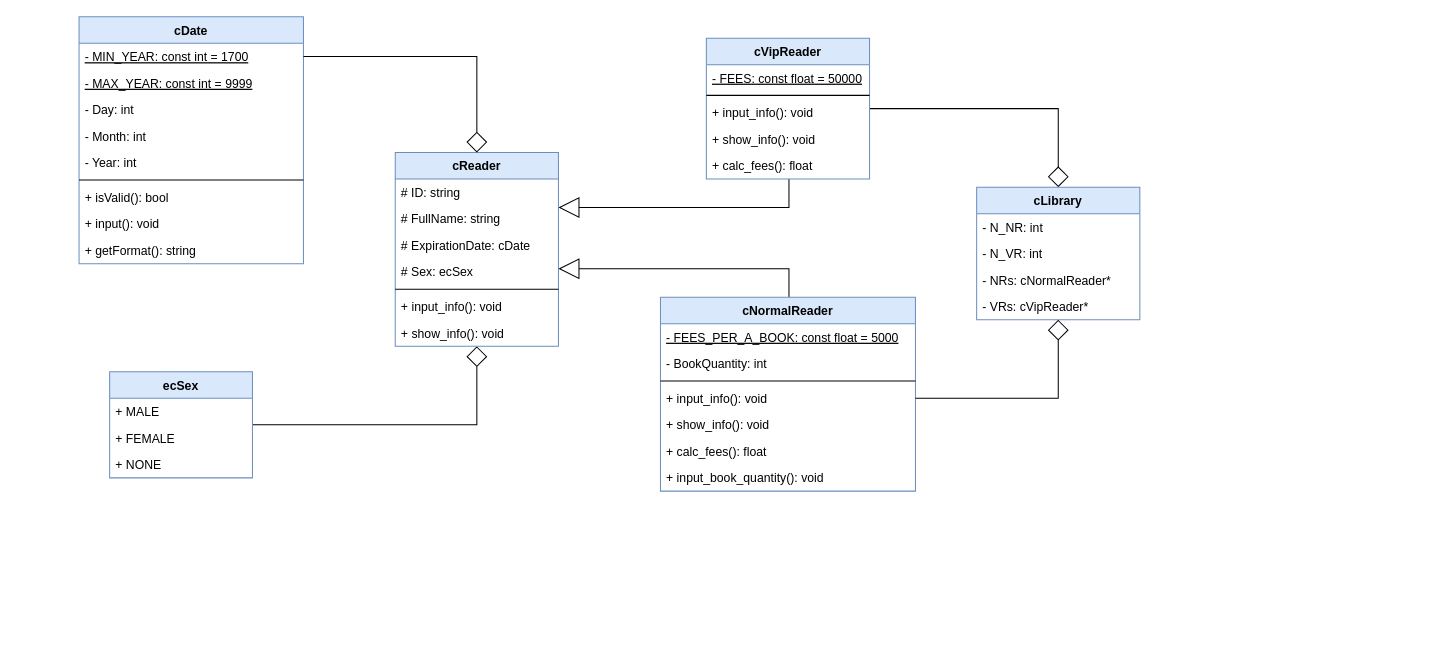
Earlier version of the draw.io diagram 18127259_w06/18127259_Week06_03/18127259_Ex03/18127259_Ex03_ClassDiagram.drawio (kieuconghau/oop-lab). Source tidied: cells renumbered, new cells numbered last; positions are measured from the earlier drawing's top-left corner, leaving out a move shared by most shapes. Both pictures are drawn from the tidied source at 102%, with x=0, y=0 at pixel (79, 16).
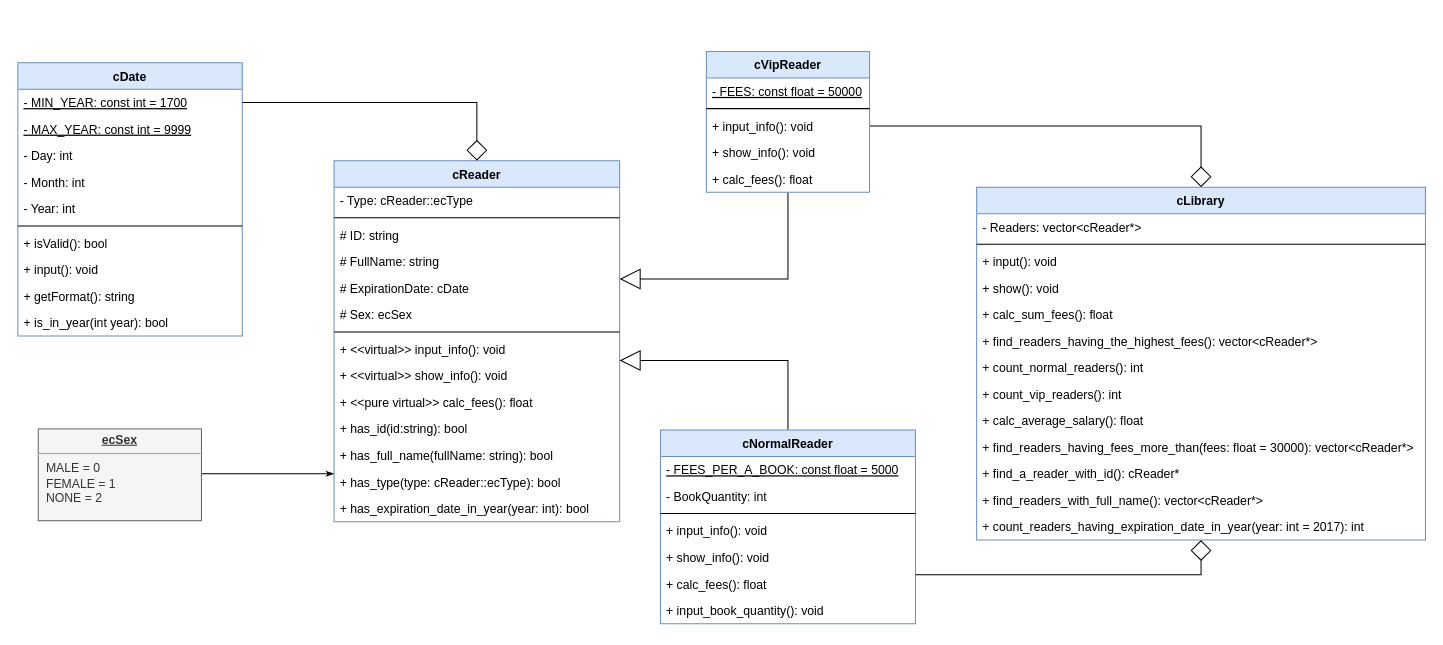
Above is the later version.

Commit message (it also covers changes not shown here):
Class Diagram

Unchanged cells that the change refers to:
```xml
<mxCell id="38" value="+ input_info(): void" style="text;strokeColor=none;fillColor=none;align=left;verticalAlign=top;spacingLeft=4;spacingRight=4;overflow=hidden;points=[[0,0.5],[1,0.5]];portConstraint=eastwest;" parent="34" vertex="1">
  <mxGeometry y="86" width="250" height="26" as="geometry" />
</mxCell>
```

What changed in the source:
```diff
@@
     <mxCell id="2" value="cDate" style="swimlane;fontStyle=1;align=center;verticalAlign=top;horizontal=1;startSize=26;fillColor=#dae8fc;strokeColor=#6c8ebf;" parent="1" vertex="1">
-      <mxGeometry width="220" height="242" as="geometry" />
+      <mxGeometry x="-60" y="45" width="220" height="268" as="geometry" />
     </mxCell>
@@
-    <mxCell id="12" style="edgeStyle=orthogonalEdgeStyle;rounded=0;jettySize=auto;html=1;endArrow=diamond;endFill=0;endSize=18;startSize=18;" parent="1" edge="1" source="13" target="17">
-      <mxGeometry relative="1" as="geometry" />
-    </mxCell>
-    <mxCell id="13" value="ecSex" style="swimlane;fontStyle=1;horizontal=1;startSize=26;fillColor=#dae8fc;strokeColor=#6c8ebf;" parent="1" vertex="1">
-      <mxGeometry x="30" y="348" width="140" height="104" as="geometry" />
-    </mxCell>
-    <mxCell id="14" value="+ MALE" style="text;strokeColor=none;fillColor=none;align=left;verticalAlign=top;spacingLeft=4;spacingRight=4;overflow=hidden;" parent="13" vertex="1">
-      <mxGeometry y="26" width="140" height="26" as="geometry" />
-    </mxCell>
-    <mxCell id="15" value="+ FEMALE" style="text;strokeColor=none;fillColor=none;align=left;verticalAlign=top;spacingLeft=4;spacingRight=4;overflow=hidden;" parent="13" vertex="1">
-      <mxGeometry y="52" width="140" height="26" as="geometry" />
-    </mxCell>
-    <mxCell id="16" value="+ NONE" style="text;strokeColor=none;fillColor=none;align=left;verticalAlign=top;spacingLeft=4;spacingRight=4;overflow=hidden;" parent="13" vertex="1">
-      <mxGeometry y="78" width="140" height="26" as="geometry" />
-    </mxCell>
+    <mxCell id="49" value="+ is_in_year(int year): bool" style="text;strokeColor=none;fillColor=none;align=left;verticalAlign=top;spacingLeft=4;spacingRight=4;overflow=hidden;" parent="2" vertex="1">
+      <mxGeometry y="242" width="220" height="26" as="geometry" />
+    </mxCell>
     <mxCell id="17" value="cReader" style="swimlane;fontStyle=1;align=center;verticalAlign=top;horizontal=1;startSize=26;fillColor=#dae8fc;strokeColor=#6c8ebf;" parent="1" vertex="1">
-      <mxGeometry x="310" y="133" width="160" height="190" as="geometry" />
+      <mxGeometry x="250" y="141" width="280" height="354" as="geometry" />
     </mxCell>
-    <mxCell id="18" value="# ID: string" style="text;strokeColor=none;fillColor=none;align=left;verticalAlign=top;spacingLeft=4;spacingRight=4;overflow=hidden;" parent="17" vertex="1">
-      <mxGeometry y="26" width="160" height="26" as="geometry" />
+    <mxCell id="18" value="- Type: cReader::ecType" style="text;strokeColor=none;fillColor=none;align=left;verticalAlign=top;spacingLeft=4;spacingRight=4;overflow=hidden;" parent="17" vertex="1">
+      <mxGeometry y="26" width="280" height="26" as="geometry" />
     </mxCell>
+    <mxCell id="50" style="line;strokeWidth=1;fillColor=none;align=left;verticalAlign=middle;spacingTop=-1;spacingLeft=3;spacingRight=3;labelPosition=right;" parent="17" vertex="1">
+      <mxGeometry y="52" width="280" height="8" as="geometry" />
+    </mxCell>
+    <mxCell id="51" value="# ID: string" style="text;strokeColor=none;fillColor=none;align=left;verticalAlign=top;spacingLeft=4;spacingRight=4;overflow=hidden;" parent="17" vertex="1">
+      <mxGeometry y="60" width="280" height="26" as="geometry" />
+    </mxCell>
     <mxCell id="19" value="# FullName: string" style="text;strokeColor=none;fillColor=none;align=left;verticalAlign=top;spacingLeft=4;spacingRight=4;overflow=hidden;" parent="17" vertex="1">
-      <mxGeometry y="52" width="160" height="26" as="geometry" />
+      <mxGeometry y="86" width="280" height="26" as="geometry" />
     </mxCell>
     <mxCell id="20" value="# ExpirationDate: cDate" style="text;strokeColor=none;fillColor=none;align=left;verticalAlign=top;spacingLeft=4;spacingRight=4;overflow=hidden;" parent="17" vertex="1">
-      <mxGeometry y="78" width="160" height="26" as="geometry" />
+      <mxGeometry y="112" width="280" height="26" as="geometry" />
     </mxCell>
     <mxCell id="21" value="# Sex: ecSex" style="text;strokeColor=none;fillColor=none;align=left;verticalAlign=top;spacingLeft=4;spacingRight=4;overflow=hidden;" parent="17" vertex="1">
-      <mxGeometry y="104" width="160" height="26" as="geometry" />
+      <mxGeometry y="138" width="280" height="26" as="geometry" />
     </mxCell>
     <mxCell id="22" style="line;strokeWidth=1;fillColor=none;align=left;verticalAlign=middle;spacingTop=-1;spacingLeft=3;spacingRight=3;labelPosition=right;" parent="17" vertex="1">
-      <mxGeometry y="130" width="160" height="8" as="geometry" />
+      <mxGeometry y="164" width="280" height="8" as="geometry" />
     </mxCell>
-    <mxCell id="23" value="+ input_info(): void" style="text;strokeColor=none;fillColor=none;align=left;verticalAlign=top;spacingLeft=4;spacingRight=4;overflow=hidden;" parent="17" vertex="1">
-      <mxGeometry y="138" width="160" height="26" as="geometry" />
+    <mxCell id="23" value="+ &lt;&lt;virtual&gt;&gt; input_info(): void" style="text;strokeColor=none;fillColor=none;align=left;verticalAlign=top;spacingLeft=4;spacingRight=4;overflow=hidden;" parent="17" vertex="1">
+      <mxGeometry y="172" width="280" height="26" as="geometry" />
     </mxCell>
-    <mxCell id="24" value="+ show_info(): void" style="text;strokeColor=none;fillColor=none;align=left;verticalAlign=top;spacingLeft=4;spacingRight=4;overflow=hidden;" parent="17" vertex="1">
-      <mxGeometry y="164" width="160" height="26" as="geometry" />
+    <mxCell id="24" value="+ &lt;&lt;virtual&gt;&gt; show_info(): void" style="text;strokeColor=none;fillColor=none;align=left;verticalAlign=top;spacingLeft=4;spacingRight=4;overflow=hidden;" parent="17" vertex="1">
+      <mxGeometry y="198" width="280" height="26" as="geometry" />
     </mxCell>
+    <mxCell id="52" value="+ &lt;&lt;pure virtual&gt;&gt; calc_fees(): float" style="text;strokeColor=none;fillColor=none;align=left;verticalAlign=top;spacingLeft=4;spacingRight=4;overflow=hidden;" parent="17" vertex="1">
+      <mxGeometry y="224" width="280" height="26" as="geometry" />
+    </mxCell>
+    <mxCell id="53" value="+ has_id(id:string): bool" style="text;strokeColor=none;fillColor=none;align=left;verticalAlign=top;spacingLeft=4;spacingRight=4;overflow=hidden;" parent="17" vertex="1">
+      <mxGeometry y="250" width="280" height="26" as="geometry" />
+    </mxCell>
+    <mxCell id="54" value="+ has_full_name(fullName: string): bool" style="text;strokeColor=none;fillColor=none;align=left;verticalAlign=top;spacingLeft=4;spacingRight=4;overflow=hidden;" parent="17" vertex="1">
+      <mxGeometry y="276" width="280" height="26" as="geometry" />
+    </mxCell>
+    <mxCell id="55" value="+ has_type(type: cReader::ecType): bool" style="text;strokeColor=none;fillColor=none;align=left;verticalAlign=top;spacingLeft=4;spacingRight=4;overflow=hidden;" parent="17" vertex="1">
+      <mxGeometry y="302" width="280" height="26" as="geometry" />
+    </mxCell>
+    <mxCell id="56" value="+ has_expiration_date_in_year(year: int): bool" style="text;strokeColor=none;fillColor=none;align=left;verticalAlign=top;spacingLeft=4;spacingRight=4;overflow=hidden;" parent="17" vertex="1">
+      <mxGeometry y="328" width="280" height="26" as="geometry" />
+    </mxCell>
     <mxCell id="25" style="edgeStyle=orthogonalEdgeStyle;rounded=0;jettySize=auto;html=1;endArrow=block;endFill=0;endSize=18;startSize=18;" parent="1" edge="1" source="27" target="17">
       <mxGeometry relative="1" as="geometry">
         <Array as="points">
-          <mxPoint x="696" y="187" />
+          <mxPoint x="695" y="257" />
         </Array>
       </mxGeometry>
     </mxCell>
     <mxCell id="26" style="edgeStyle=orthogonalEdgeStyle;rounded=0;jettySize=auto;html=1;endArrow=diamond;endFill=0;endSize=18;startSize=18;" parent="1" edge="1" source="27" target="42">
-      <mxGeometry relative="1" as="geometry" />
+      <mxGeometry relative="1" as="geometry">
+        <Array as="points">
+          <mxPoint x="1100" y="107" />
+        </Array>
+      </mxGeometry>
     </mxCell>
     <mxCell id="27" value="cVipReader" style="swimlane;fontStyle=1;align=center;verticalAlign=top;horizontal=1;startSize=26;fillColor=#dae8fc;strokeColor=#6c8ebf;" parent="1" vertex="1">
-      <mxGeometry x="615" y="21" width="160" height="138" as="geometry" />
+      <mxGeometry x="615" y="34" width="160" height="138" as="geometry" />
     </mxCell>
@@
     <mxCell id="33" style="edgeStyle=orthogonalEdgeStyle;rounded=0;jettySize=auto;html=1;endSize=18;startSize=18;endArrow=block;endFill=0;" parent="1" edge="1" source="34" target="17">
       <mxGeometry relative="1" as="geometry">
         <Array as="points">
-          <mxPoint x="696" y="247" />
+          <mxPoint x="695" y="337" />
         </Array>
       </mxGeometry>
     </mxCell>
     <mxCell id="34" value="cNormalReader" style="swimlane;fontStyle=1;align=center;verticalAlign=top;horizontal=1;startSize=26;fillColor=#dae8fc;strokeColor=#6c8ebf;" parent="1" vertex="1">
-      <mxGeometry x="570" y="275" width="250" height="190" as="geometry" />
+      <mxGeometry x="570" y="405" width="250" height="190" as="geometry" />
     </mxCell>
@@
     <mxCell id="42" value="cLibrary" style="swimlane;fontStyle=1;align=center;verticalAlign=top;horizontal=1;startSize=26;fillColor=#dae8fc;strokeColor=#6c8ebf;" parent="1" vertex="1">
-      <mxGeometry x="880" y="167" width="160" height="130" as="geometry" />
+      <mxGeometry x="880" y="167" width="440" height="346" as="geometry" />
     </mxCell>
-    <mxCell id="43" value="- N_NR: int" style="text;strokeColor=none;fillColor=none;align=left;verticalAlign=top;spacingLeft=4;spacingRight=4;overflow=hidden;" parent="42" vertex="1">
-      <mxGeometry y="26" width="160" height="26" as="geometry" />
+    <mxCell id="43" value="- Readers: vector&lt;cReader*&gt;" style="text;strokeColor=none;fillColor=none;align=left;verticalAlign=top;spacingLeft=4;spacingRight=4;overflow=hidden;" parent="42" vertex="1">
+      <mxGeometry y="26" width="440" height="26" as="geometry" />
     </mxCell>
+    <mxCell id="57" style="line;strokeWidth=1;fillColor=none;align=left;verticalAlign=middle;spacingTop=-1;spacingLeft=3;spacingRight=3;labelPosition=right;" parent="42" vertex="1">
+      <mxGeometry y="52" width="440" height="8" as="geometry" />
+    </mxCell>
-    <mxCell id="44" value="- N_VR: int" style="text;strokeColor=none;fillColor=none;align=left;verticalAlign=top;spacingLeft=4;spacingRight=4;overflow=hidden;" parent="42" vertex="1">
-      <mxGeometry y="52" width="160" height="26" as="geometry" />
+    <mxCell id="44" value="+ input(): void" style="text;strokeColor=none;fillColor=none;align=left;verticalAlign=top;spacingLeft=4;spacingRight=4;overflow=hidden;" parent="42" vertex="1">
+      <mxGeometry y="60" width="440" height="26" as="geometry" />
     </mxCell>
-    <mxCell id="45" value="- NRs: cNormalReader*" style="text;strokeColor=none;fillColor=none;align=left;verticalAlign=top;spacingLeft=4;spacingRight=4;overflow=hidden;" parent="42" vertex="1">
-      <mxGeometry y="78" width="160" height="26" as="geometry" />
+    <mxCell id="45" value="+ show(): void" style="text;strokeColor=none;fillColor=none;align=left;verticalAlign=top;spacingLeft=4;spacingRight=4;overflow=hidden;" parent="42" vertex="1">
+      <mxGeometry y="86" width="440" height="26" as="geometry" />
     </mxCell>
-    <mxCell id="46" value="- VRs: cVipReader*" style="text;strokeColor=none;fillColor=none;align=left;verticalAlign=top;spacingLeft=4;spacingRight=4;overflow=hidden;" parent="42" vertex="1">
-      <mxGeometry y="104" width="160" height="26" as="geometry" />
+    <mxCell id="46" value="+ calc_sum_fees(): float" style="text;strokeColor=none;fillColor=none;align=left;verticalAlign=top;spacingLeft=4;spacingRight=4;overflow=hidden;" parent="42" vertex="1">
+      <mxGeometry y="112" width="440" height="26" as="geometry" />
     </mxCell>
+    <mxCell id="58" value="+ find_readers_having_the_highest_fees(): vector&lt;cReader*&gt;" style="text;strokeColor=none;fillColor=none;align=left;verticalAlign=top;spacingLeft=4;spacingRight=4;overflow=hidden;" parent="42" vertex="1">
+      <mxGeometry y="138" width="440" height="26" as="geometry" />
+    </mxCell>
+    <mxCell id="59" value="+ count_normal_readers(): int" style="text;strokeColor=none;fillColor=none;align=left;verticalAlign=top;spacingLeft=4;spacingRight=4;overflow=hidden;" parent="42" vertex="1">
+      <mxGeometry y="164" width="440" height="26" as="geometry" />
+    </mxCell>
+    <mxCell id="60" value="+ count_vip_readers(): int" style="text;strokeColor=none;fillColor=none;align=left;verticalAlign=top;spacingLeft=4;spacingRight=4;overflow=hidden;" parent="42" vertex="1">
+      <mxGeometry y="190" width="440" height="26" as="geometry" />
+    </mxCell>
+    <mxCell id="61" value="+ calc_average_salary(): float" style="text;strokeColor=none;fillColor=none;align=left;verticalAlign=top;spacingLeft=4;spacingRight=4;overflow=hidden;" parent="42" vertex="1">
+      <mxGeometry y="216" width="440" height="26" as="geometry" />
+    </mxCell>
+    <mxCell id="62" value="+ find_readers_having_fees_more_than(fees: float = 30000): vector&lt;cReader*&gt;" style="text;strokeColor=none;fillColor=none;align=left;verticalAlign=top;spacingLeft=4;spacingRight=4;overflow=hidden;" parent="42" vertex="1">
+      <mxGeometry y="242" width="440" height="26" as="geometry" />
+    </mxCell>
+    <mxCell id="63" value="+ find_a_reader_with_id(): cReader*" style="text;strokeColor=none;fillColor=none;align=left;verticalAlign=top;spacingLeft=4;spacingRight=4;overflow=hidden;" parent="42" vertex="1">
+      <mxGeometry y="268" width="440" height="26" as="geometry" />
+    </mxCell>
+    <mxCell id="64" value="+ find_readers_with_full_name(): vector&lt;cReader*&gt;" style="text;strokeColor=none;fillColor=none;align=left;verticalAlign=top;spacingLeft=4;spacingRight=4;overflow=hidden;" parent="42" vertex="1">
+      <mxGeometry y="294" width="440" height="26" as="geometry" />
+    </mxCell>
+    <mxCell id="65" value="+ count_readers_having_expiration_date_in_year(year: int = 2017): int" style="text;strokeColor=none;fillColor=none;align=left;verticalAlign=top;spacingLeft=4;spacingRight=4;overflow=hidden;" parent="42" vertex="1">
+      <mxGeometry y="320" width="440" height="26" as="geometry" />
+    </mxCell>
@@
-    <mxCell id="48" style="edgeStyle=orthogonalEdgeStyle;rounded=0;jettySize=auto;html=1;endArrow=diamond;endFill=0;endSize=18;startSize=18;" parent="1" edge="1" source="38" target="42">
-      <mxGeometry relative="1" as="geometry" />
+    <mxCell id="48" style="edgeStyle=orthogonalEdgeStyle;rounded=0;jettySize=auto;html=1;endArrow=diamond;endFill=0;endSize=18;startSize=18;" parent="1" edge="1" source="34" target="42">
+      <mxGeometry relative="1" as="geometry">
+        <Array as="points">
+          <mxPoint x="1100" y="547" />
+        </Array>
+      </mxGeometry>
     </mxCell>
+    <mxCell id="66" style="edgeStyle=orthogonalEdgeStyle;rounded=0;jettySize=auto;html=1;startSize=5;endArrow=classicThin;endFill=1;endSize=5;" parent="1" edge="1" source="67" target="17">
+      <mxGeometry relative="1" as="geometry">
+        <Array as="points">
+          <mxPoint x="230" y="448" />
+          <mxPoint x="230" y="448" />
+        </Array>
+      </mxGeometry>
+    </mxCell>
+    <mxCell id="67" value="&lt;p style=&quot;margin: 0px ; margin-top: 4px ; text-align: center ; text-decoration: underline&quot;&gt;&lt;b&gt;ecSex&lt;/b&gt;&lt;/p&gt;&lt;hr&gt;&lt;p style=&quot;margin: 0px ; margin-left: 8px&quot;&gt;MALE = 0&lt;/p&gt;&lt;p style=&quot;margin: 0px ; margin-left: 8px&quot;&gt;FEMALE = 1&lt;/p&gt;&lt;p style=&quot;margin: 0px ; margin-left: 8px&quot;&gt;NONE = 2&lt;/p&gt;" style="verticalAlign=top;align=left;overflow=fill;fontSize=12;fontFamily=Helvetica;html=1;fillColor=#f5f5f5;strokeColor=#666666;fontColor=#333333;" parent="1" vertex="1">
+      <mxGeometry x="-40" y="404" width="160" height="90" as="geometry" />
+    </mxCell>
```
